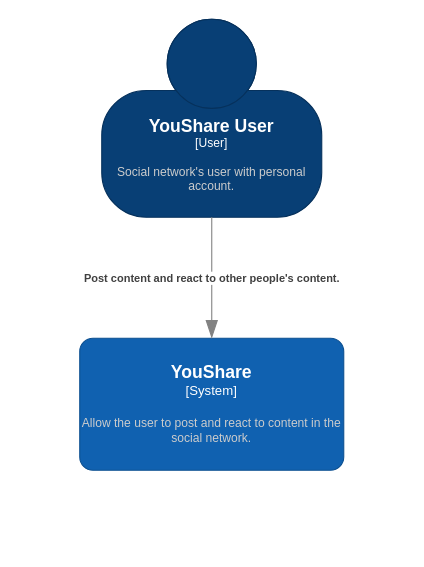
Gabe-Soares/YouShare keeps this draw.io diagram as page "Context" (1 of 3) of Documentation/c4-model.drawio. Above is the earlier version. Source tidied: cells renumbered, new cells numbered last; positions are measured from the earlier drawing's top-left corner, leaving out a move shared by most shapes. Both pictures are drawn from the tidied source at 110%, with x=0, y=0 at pixel (79, 19).
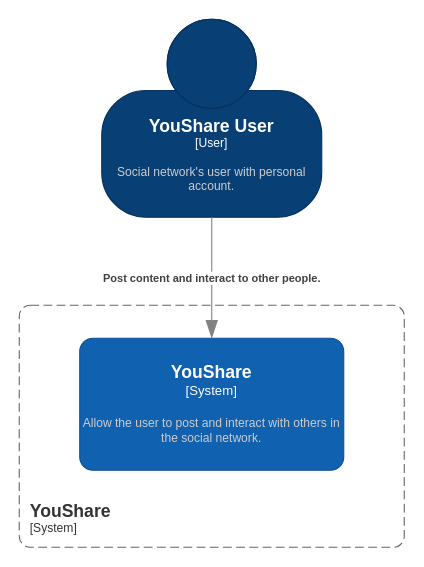
After the change.

The edit, as a diff of the source:
```diff
@@
 <mxGraphModel>
   <root>
     <mxCell id="0" />
     <mxCell id="1" parent="0" />
     <object id="2" label="&lt;font style=&quot;font-size: 16px&quot;&gt;&lt;b&gt;%c4Name%&lt;/b&gt;&lt;/font&gt;&lt;div&gt;[%c4Type%]&lt;/div&gt;&lt;br&gt;&lt;div&gt;&lt;font style=&quot;font-size: 11px&quot;&gt;&lt;font color=&quot;#cccccc&quot;&gt;%c4Description%&lt;/font&gt;&lt;/div&gt;" c4Description="Social network's user with personal account." c4Name="YouShare User" c4Type="User" placeholders="1">
       <mxCell style="html=1;fontSize=11;dashed=0;whiteSpace=wrap;fillColor=#083F75;strokeColor=#06315C;fontColor=#ffffff;shape=mxgraph.c4.person2;align=center;points=[[0.5,0,0],[1,0.5,0],[1,0.75,0],[0.75,1,0],[0.5,1,0],[0.25,1,0],[0,0.75,0],[0,0.5,0]];" parent="1" vertex="1">
         <mxGeometry x="20" width="200" height="180" as="geometry" />
       </mxCell>
     </object>
-    <object id="3" label="&lt;font style=&quot;font-size: 16px&quot;&gt;&lt;b&gt;%c4Name%&lt;/b&gt;&lt;/font&gt;&lt;div&gt;[%c4Type%]&lt;/div&gt;&lt;br&gt;&lt;div&gt;&lt;font style=&quot;font-size: 11px&quot;&gt;&lt;font color=&quot;#cccccc&quot;&gt;%c4Description%&lt;/font&gt;&lt;/div&gt;" c4Description="Allow the user to post and react to content in the social network." c4Name="YouShare" c4Type="System" placeholders="1">
+    <object id="3" label="&lt;font style=&quot;font-size: 16px&quot;&gt;&lt;b&gt;%c4Name%&lt;/b&gt;&lt;/font&gt;&lt;div&gt;[%c4Type%]&lt;/div&gt;&lt;br&gt;&lt;div&gt;&lt;font style=&quot;font-size: 11px&quot;&gt;&lt;font color=&quot;#cccccc&quot;&gt;%c4Description%&lt;/font&gt;&lt;/div&gt;" c4Description="Allow the user to post and interact with others in the social network." c4Name="YouShare" c4Type="System" placeholders="1">
       <mxCell style="rounded=1;whiteSpace=wrap;html=1;labelBackgroundColor=none;fillColor=#1061B0;fontColor=#ffffff;align=center;arcSize=10;strokeColor=#0D5091;points=[[0.25,0,0],[0.5,0,0],[0.75,0,0],[1,0.25,0],[1,0.5,0],[1,0.75,0],[0.75,1,0],[0.5,1,0],[0.25,1,0],[0,0.75,0],[0,0.5,0],[0,0.25,0]];" parent="1" vertex="1">
         <mxGeometry y="290" width="240" height="120" as="geometry" />
       </mxCell>
     </object>
-    <object id="4" label="&lt;div style=&quot;text-align: left&quot;&gt;&lt;div style=&quot;text-align: center&quot;&gt;&lt;b&gt;%c4Description%&lt;/b&gt;&lt;/div&gt;" c4Description="Post content and react to other people's content." placeholders="1">
+    <object id="4" label="&lt;div style=&quot;text-align: left&quot;&gt;&lt;div style=&quot;text-align: center&quot;&gt;&lt;b&gt;%c4Description%&lt;/b&gt;&lt;/div&gt;" c4Description="Post content and interact to other people." placeholders="1">
       <mxCell style="endArrow=blockThin;html=1;fontSize=10;fontColor=#404040;strokeWidth=1;endFill=1;strokeColor=#828282;elbow=vertical;endSize=14;startSize=14;jumpStyle=arc;jumpSize=16;rounded=0;edgeStyle=orthogonalEdgeStyle;exitX=0.5;exitY=1;exitDx=0;exitDy=0;exitPerimeter=0;entryX=0.5;entryY=0;entryDx=0;entryDy=0;entryPerimeter=0;" parent="1" edge="1" source="2" target="3">
         <mxGeometry relative="1" as="geometry" />
       </mxCell>
     </object>
+    <object id="5" label="&lt;font style=&quot;font-size: 16px&quot;&gt;&lt;b&gt;&lt;div style=&quot;text-align: left&quot;&gt;%c4Name%&lt;/div&gt;&lt;/b&gt;&lt;/font&gt;&lt;div style=&quot;text-align: left&quot;&gt;[%c4Application%]&lt;/div&gt;" c4Application="System" c4Name="YouShare" placeholders="1">
+      <mxCell style="rounded=1;fontSize=11;whiteSpace=wrap;html=1;dashed=1;arcSize=20;fillColor=none;strokeColor=#666666;fontColor=#333333;labelBackgroundColor=none;align=left;verticalAlign=bottom;labelBorderColor=none;spacingTop=0;spacing=10;dashPattern=8 4;perimeter=rectanglePerimeter;noLabel=0;labelPadding=0;absoluteArcSize=1;" parent="1" vertex="1">
+        <mxGeometry x="-55" y="260" width="350" height="220" as="geometry" />
+      </mxCell>
+    </object>
   </root>
 </mxGraphModel>
```
